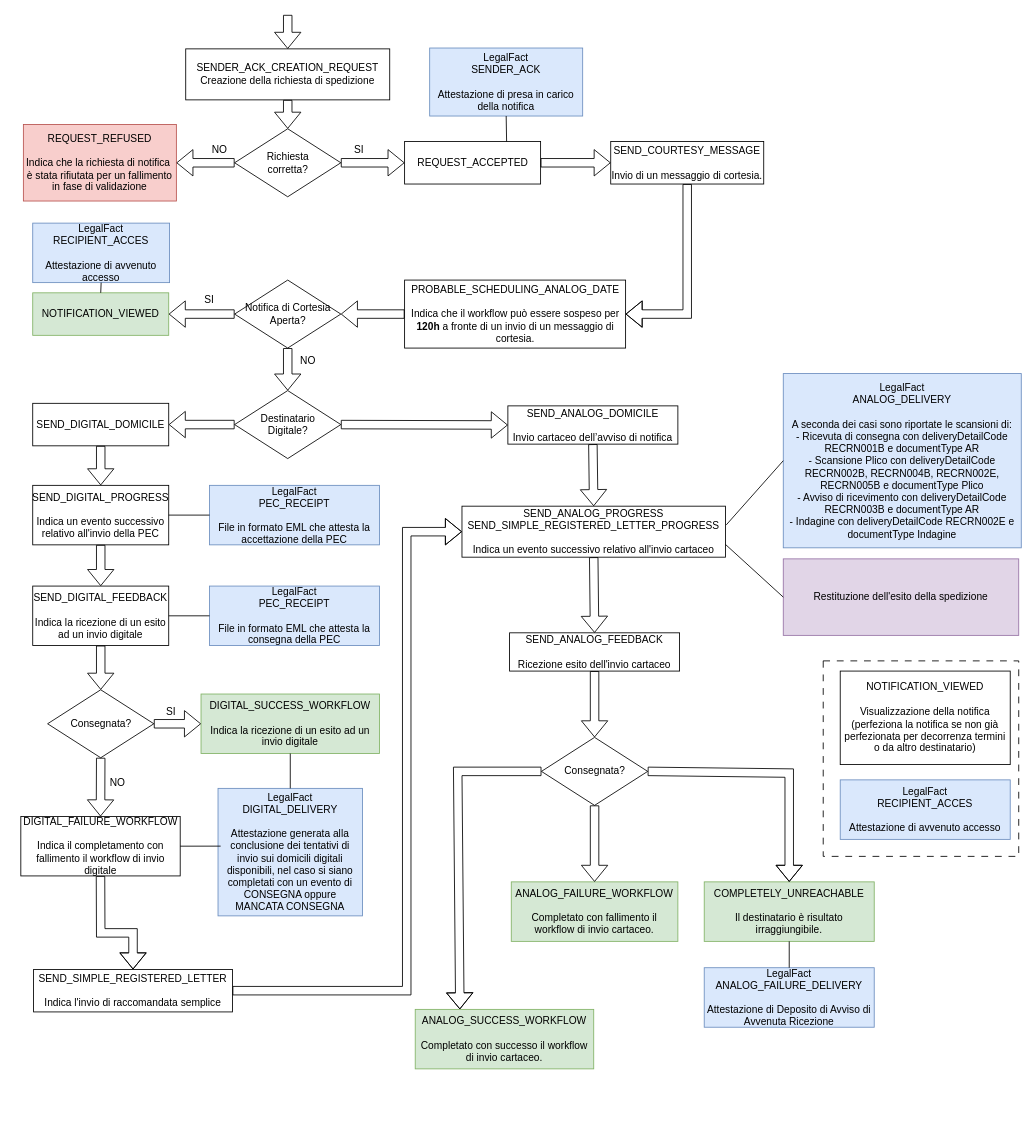
This is page "Spedizione" (5 of 5) of Easy Notification.drawio from marcogarbujoabaco/drawio, a draw.io file, before an edit. Source tidied: cells renumbered, new cells numbered last; positions are measured from the earlier drawing's top-left corner, leaving out a move shared by most shapes. Both pictures are drawn from the tidied source at 85%, with x=0, y=0 at pixel (20, 14).
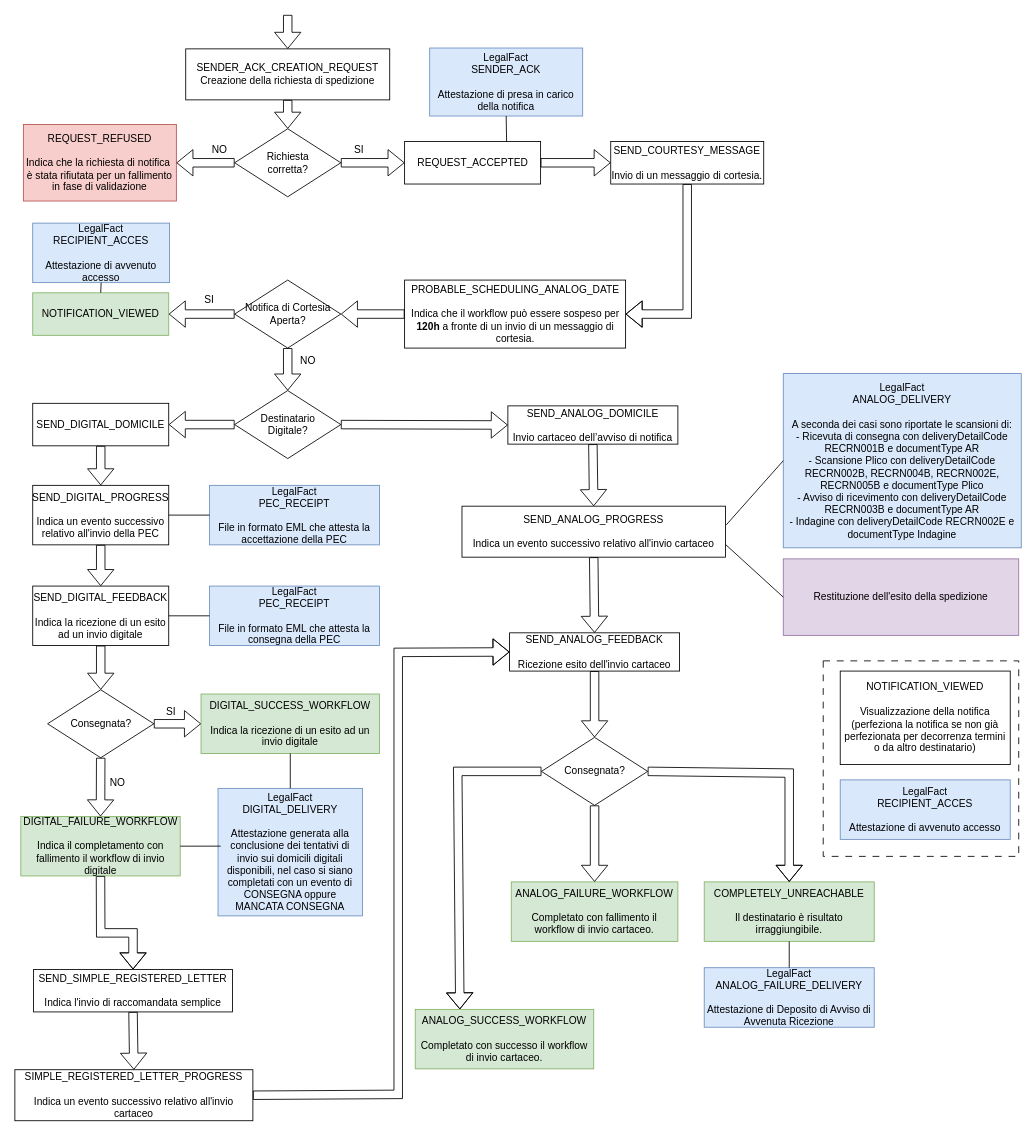
After the change.

Unchanged cells that the change refers to:
```xml
<mxCell id="15" value="SEND_ANALOG_FEEDBACK&lt;div&gt;&lt;br&gt;&lt;/div&gt;&lt;div&gt;Ricezione esito dell'invio cartaceo&lt;/div&gt;" style="rounded=0;whiteSpace=wrap;html=1;" parent="1" vertex="1">
  <mxGeometry x="575" y="727" width="200" height="45" as="geometry" />
</mxCell>
<mxCell id="28" value="SEND_SIMPLE_REGISTERED_LETTER&lt;div&gt;&lt;br&gt;&lt;/div&gt;&lt;div&gt;Indica l'invio di raccomandata semplice&lt;/div&gt;" style="rounded=0;whiteSpace=wrap;html=1;" parent="1" vertex="1">
  <mxGeometry x="15" y="1123" width="234" height="50" as="geometry" />
</mxCell>
```

Diff of the diagram source:
```diff
@@
-    <mxCell id="13" value="DIGITAL_FAILURE_WORKFLOW&lt;div&gt;&lt;br&gt;&lt;/div&gt;&lt;div&gt;Indica il completamento con fallimento il workflow di invio digitale&lt;/div&gt;" style="rounded=0;whiteSpace=wrap;html=1;" parent="1" vertex="1">
+    <mxCell id="13" value="DIGITAL_FAILURE_WORKFLOW&lt;div&gt;&lt;br&gt;&lt;/div&gt;&lt;div&gt;Indica il completamento con fallimento il workflow di invio digitale&lt;/div&gt;" style="rounded=0;whiteSpace=wrap;html=1;fillColor=#d5e8d4;strokeColor=#82b366;" parent="1" vertex="1">
       <mxGeometry y="943" width="187.5" height="70" as="geometry" />
     </mxCell>
@@
-    <mxCell id="25" value="SEND_ANALOG_PROGRESS&lt;div&gt;SEND_SIMPLE_REGISTERED_LETTER_PROGRESS&lt;br&gt;&lt;div&gt;&lt;br&gt;&lt;/div&gt;&lt;div&gt;Indica un evento successivo relativo all'invio cartaceo&lt;/div&gt;&lt;/div&gt;" style="rounded=0;whiteSpace=wrap;html=1;" parent="1" vertex="1">
+    <mxCell id="25" value="SEND_ANALOG_PROGRESS&lt;div&gt;&lt;div&gt;&lt;br&gt;&lt;/div&gt;&lt;div&gt;Indica un evento successivo relativo all'invio cartaceo&lt;/div&gt;&lt;/div&gt;" style="rounded=0;whiteSpace=wrap;html=1;" parent="1" vertex="1">
       <mxGeometry x="519" y="578" width="310" height="60" as="geometry" />
     </mxCell>
@@
-    <mxCell id="61" style="shape=flexArrow;endArrow=classic;html=1;rounded=0;exitX=1;exitY=0.5;exitDx=0;exitDy=0;entryX=0;entryY=0.5;entryDx=0;entryDy=0;" parent="1" edge="1" source="28" target="25">
-      <mxGeometry relative="1" as="geometry">
-        <Array as="points">
-          <mxPoint x="454" y="1148" />
-          <mxPoint x="454" y="608" />
-        </Array>
-      </mxGeometry>
+    <mxCell id="61" style="shape=flexArrow;endArrow=classic;html=1;rounded=0;exitX=0.5;exitY=1;exitDx=0;exitDy=0;entryX=0.5;entryY=0;entryDx=0;entryDy=0;" parent="1" edge="1" source="28" target="75">
+      <mxGeometry relative="1" as="geometry" />
     </mxCell>
@@
+    <mxCell id="75" value="&lt;div&gt;SIMPLE_REGISTERED_LETTER_PROGRESS&lt;br&gt;&lt;div&gt;&lt;br&gt;&lt;/div&gt;&lt;div&gt;Indica un evento successivo relativo all'invio cartaceo&lt;/div&gt;&lt;/div&gt;" style="rounded=0;whiteSpace=wrap;html=1;" parent="1" vertex="1">
+      <mxGeometry x="-7" y="1241" width="280" height="60" as="geometry" />
+    </mxCell>
+    <mxCell id="76" style="shape=flexArrow;endArrow=classic;html=1;rounded=0;exitX=1;exitY=0.5;exitDx=0;exitDy=0;entryX=0;entryY=0.5;entryDx=0;entryDy=0;" parent="1" edge="1" source="75" target="15">
+      <mxGeometry relative="1" as="geometry">
+        <Array as="points">
+          <mxPoint x="444" y="1270" />
+          <mxPoint x="444" y="750" />
+        </Array>
+      </mxGeometry>
+    </mxCell>
```
